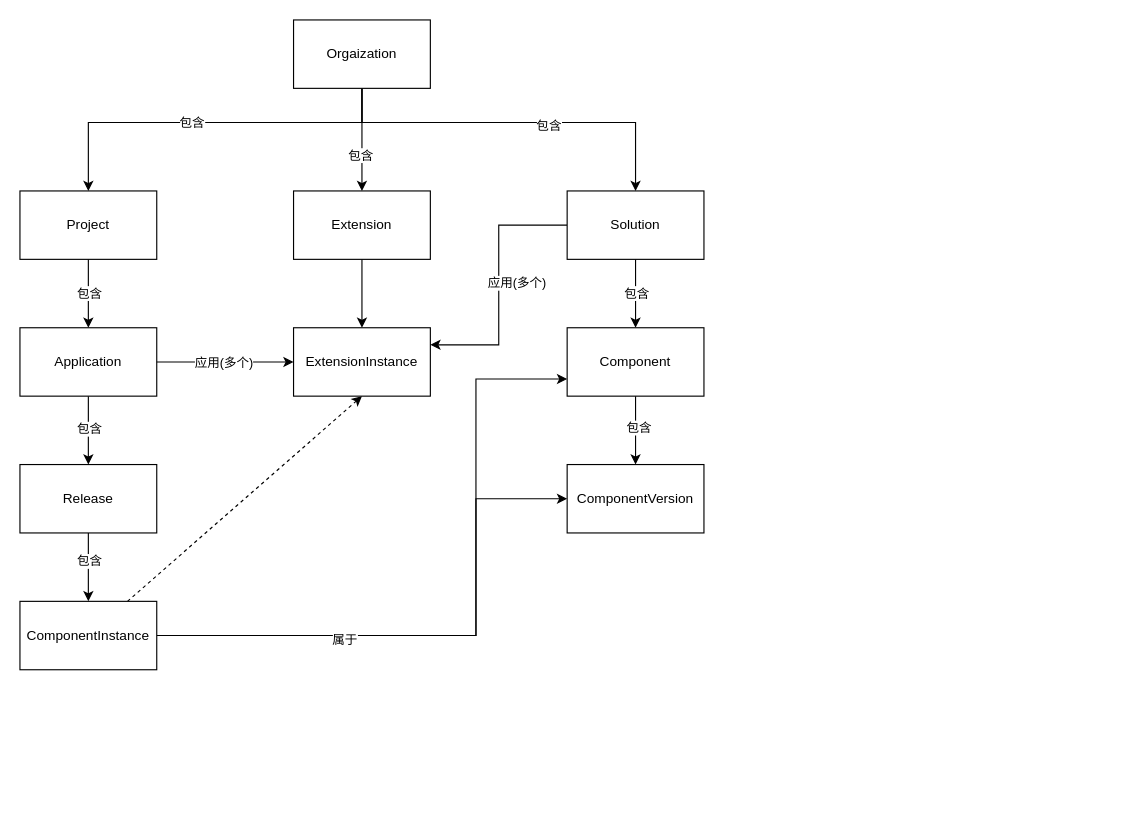
Above: doc/上层结构.dio in liutian/groot (draw.io), before the change. Source tidied: cells renumbered, new cells numbered last; positions are measured from the earlier drawing's top-left corner, leaving out a move shared by most shapes. Both pictures are drawn from the tidied source at 114%, with x=0, y=0 at pixel (19, 19).
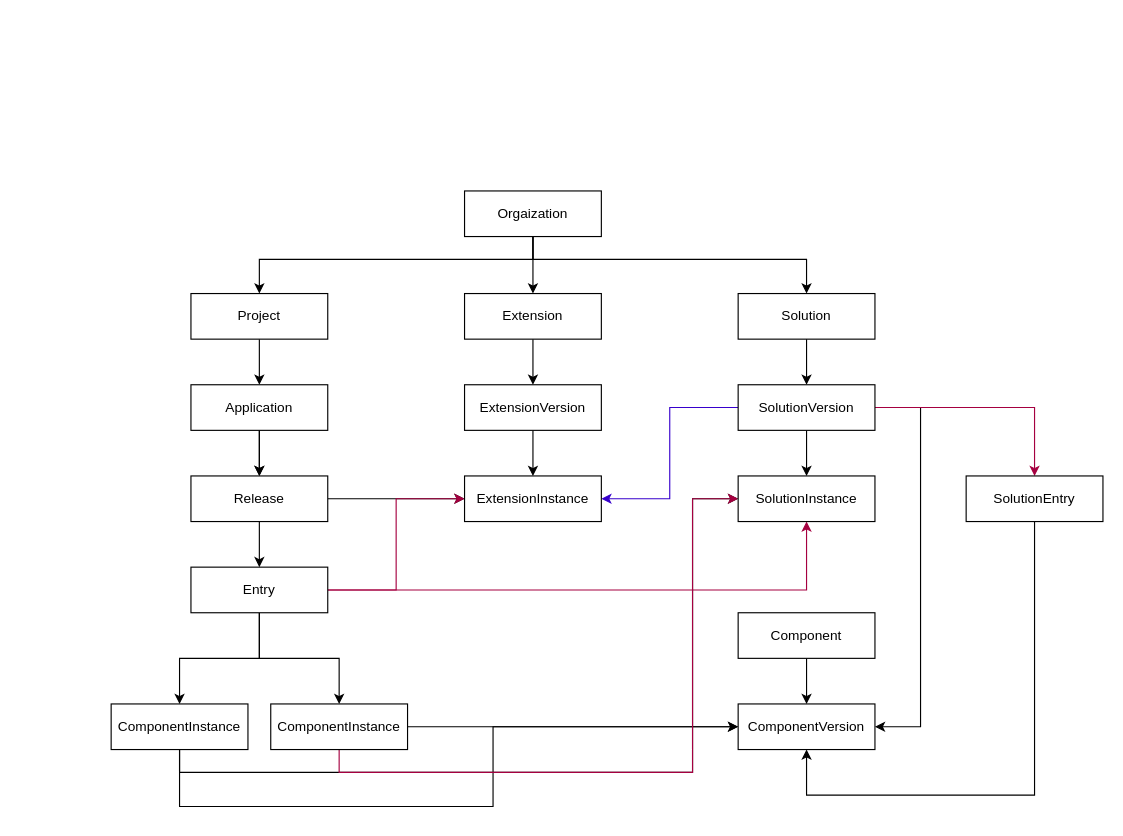
The same diagram, later.

The change refers to these unchanged cells:
```xml
<mxCell id="6" style="edgeStyle=elbowEdgeStyle;rounded=0;elbow=horizontal;html=1;entryX=0.5;entryY=0;entryDx=0;entryDy=0;" parent="1" edge="1" source="8" target="31">
  <mxGeometry relative="1" as="geometry" />
</mxCell>
<mxCell id="9" style="edgeStyle=elbowEdgeStyle;rounded=0;elbow=horizontal;html=1;entryX=0.5;entryY=0;entryDx=0;entryDy=0;" parent="1" edge="1" source="11" target="14">
  <mxGeometry relative="1" as="geometry" />
</mxCell>
<mxCell id="12" style="edgeStyle=elbowEdgeStyle;rounded=0;elbow=horizontal;html=1;entryX=0.5;entryY=0;entryDx=0;entryDy=0;" parent="1" edge="1" source="14" target="34">
  <mxGeometry relative="1" as="geometry" />
</mxCell>
<mxCell id="15" style="edgeStyle=elbowEdgeStyle;rounded=0;elbow=horizontal;html=1;" parent="1" edge="1" source="19" target="22">
  <mxGeometry relative="1" as="geometry" />
</mxCell>
<mxCell id="32" style="edgeStyle=none;html=1;entryX=0.5;entryY=0;entryDx=0;entryDy=0;" parent="1" edge="1" source="34" target="29">
  <mxGeometry relative="1" as="geometry" />
</mxCell>
```

Change to the diagram source:
```diff
@@
     <mxCell id="2" style="edgeStyle=elbowEdgeStyle;html=1;entryX=0.5;entryY=0;entryDx=0;entryDy=0;exitX=0.5;exitY=1;exitDx=0;exitDy=0;elbow=vertical;rounded=0;" parent="1" edge="1" source="8" target="19">
       <mxGeometry relative="1" as="geometry">
         <Array as="points">
-          <mxPoint x="330" y="90" />
-          <mxPoint x="350" y="90" />
+          <mxPoint x="570" y="210" />
+          <mxPoint x="500" y="160" />
         </Array>
       </mxGeometry>
     </mxCell>
-    <mxCell id="3" value="包含" style="edgeLabel;html=1;align=center;verticalAlign=middle;" parent="2" vertex="1">
-      <mxGeometry x="0.17" y="-2" relative="1" as="geometry" />
-    </mxCell>
     <mxCell id="4" style="edgeStyle=elbowEdgeStyle;rounded=0;html=1;elbow=vertical;exitX=0.5;exitY=1;exitDx=0;exitDy=0;" parent="1" edge="1" source="8" target="11">
       <mxGeometry relative="1" as="geometry">
         <Array as="points">
-          <mxPoint x="260" y="90" />
+          <mxPoint x="330" y="210" />
         </Array>
       </mxGeometry>
     </mxCell>
-    <mxCell id="5" value="包含" style="edgeLabel;html=1;align=center;verticalAlign=middle;" parent="4" vertex="1">
-      <mxGeometry x="0.09" y="-1" relative="1" as="geometry" />
-    </mxCell>
@@
-    <mxCell id="7" value="包含" style="edgeLabel;html=1;align=center;verticalAlign=middle;" parent="6" vertex="1">
-      <mxGeometry x="0.44" y="-2" relative="1" as="geometry">
-        <mxPoint y="-7" as="offset" />
-      </mxGeometry>
-    </mxCell>
     <mxCell id="8" value="Orgaization" style="whiteSpace=wrap;html=1;" parent="1" vertex="1">
-      <mxGeometry x="240" width="120" height="60" as="geometry" />
+      <mxGeometry x="390" y="150" width="120" height="40" as="geometry" />
     </mxCell>
@@
-    <mxCell id="10" value="包含" style="edgeLabel;html=1;align=center;verticalAlign=middle;" parent="9" vertex="1">
-      <mxGeometry x="-0.49" y="-1" relative="1" as="geometry">
-        <mxPoint x="1" y="14" as="offset" />
-      </mxGeometry>
-    </mxCell>
     <mxCell id="11" value="Project" style="whiteSpace=wrap;html=1;" parent="1" vertex="1">
-      <mxGeometry y="150" width="120" height="60" as="geometry" />
+      <mxGeometry x="150" y="240" width="120" height="40" as="geometry" />
     </mxCell>
@@
-    <mxCell id="13" value="包含" style="edgeLabel;html=1;align=center;verticalAlign=middle;" parent="12" vertex="1">
-      <mxGeometry x="-0.37" relative="1" as="geometry">
-        <mxPoint y="9" as="offset" />
-      </mxGeometry>
-    </mxCell>
+    <mxCell id="37" style="edgeStyle=none;rounded=0;html=1;" parent="1" edge="1" source="14" target="34">
+      <mxGeometry relative="1" as="geometry" />
+    </mxCell>
+    <mxCell id="38" style="edgeStyle=orthogonalEdgeStyle;rounded=0;html=1;entryX=0;entryY=0.5;entryDx=0;entryDy=0;exitX=1;exitY=0.5;exitDx=0;exitDy=0;" parent="1" edge="1" source="34" target="56">
+      <mxGeometry relative="1" as="geometry" />
+    </mxCell>
     <mxCell id="14" value="Application" style="whiteSpace=wrap;html=1;" parent="1" vertex="1">
-      <mxGeometry y="270" width="120" height="60" as="geometry" />
+      <mxGeometry x="150" y="320" width="120" height="40" as="geometry" />
     </mxCell>
@@
-    <mxCell id="16" value="包含" style="edgeLabel;html=1;align=center;verticalAlign=middle;" parent="15" vertex="1">
-      <mxGeometry x="-0.37" y="-1" relative="1" as="geometry">
-        <mxPoint x="1" y="10" as="offset" />
-      </mxGeometry>
-    </mxCell>
-    <mxCell id="17" style="edgeStyle=orthogonalEdgeStyle;rounded=0;elbow=vertical;html=1;entryX=1;entryY=0.25;entryDx=0;entryDy=0;" parent="1" edge="1" source="19" target="36">
-      <mxGeometry relative="1" as="geometry">
-        <Array as="points">
-          <mxPoint x="420" y="180" />
-          <mxPoint x="420" y="285" />
-        </Array>
-      </mxGeometry>
-    </mxCell>
-    <mxCell id="18" value="应用(多个)" style="edgeLabel;html=1;align=center;verticalAlign=middle;" parent="17" vertex="1">
-      <mxGeometry x="0.24" y="1" relative="1" as="geometry">
-        <mxPoint x="14" y="-30" as="offset" />
-      </mxGeometry>
-    </mxCell>
     <mxCell id="19" value="Solution" style="whiteSpace=wrap;html=1;" parent="1" vertex="1">
-      <mxGeometry x="480" y="150" width="120" height="60" as="geometry" />
+      <mxGeometry x="630" y="240" width="120" height="40" as="geometry" />
     </mxCell>
-    <mxCell id="20" style="edgeStyle=none;html=1;entryX=0.5;entryY=0;entryDx=0;entryDy=0;" parent="1" edge="1" source="22" target="35">
-      <mxGeometry relative="1" as="geometry" />
-    </mxCell>
-    <mxCell id="21" value="包含" style="edgeLabel;html=1;align=center;verticalAlign=middle;" parent="20" vertex="1">
-      <mxGeometry x="-0.1" y="2" relative="1" as="geometry" />
-    </mxCell>
+    <mxCell id="39" style="edgeStyle=none;html=1;entryX=0.5;entryY=0;entryDx=0;entryDy=0;" parent="1" edge="1" source="22" target="57">
+      <mxGeometry relative="1" as="geometry" />
+    </mxCell>
+    <mxCell id="40" style="edgeStyle=orthogonalEdgeStyle;rounded=0;html=1;entryX=1;entryY=0.5;entryDx=0;entryDy=0;fillColor=#6a00ff;strokeColor=#3700CC;" parent="1" edge="1" source="22" target="56">
+      <mxGeometry relative="1" as="geometry" />
+    </mxCell>
+    <mxCell id="41" style="edgeStyle=elbowEdgeStyle;rounded=0;html=1;entryX=1;entryY=0.5;entryDx=0;entryDy=0;" parent="1" edge="1" source="22" target="55">
+      <mxGeometry relative="1" as="geometry">
+        <Array as="points">
+          <mxPoint x="790" y="595" />
+        </Array>
+      </mxGeometry>
+    </mxCell>
+    <mxCell id="42" style="edgeStyle=orthogonalEdgeStyle;html=1;entryX=0.5;entryY=0;entryDx=0;entryDy=0;exitX=1;exitY=0.5;exitDx=0;exitDy=0;rounded=0;fillColor=#d80073;strokeColor=#A50040;" parent="1" edge="1" source="22" target="59">
+      <mxGeometry relative="1" as="geometry" />
+    </mxCell>
-    <mxCell id="22" value="Component" style="whiteSpace=wrap;html=1;" parent="1" vertex="1">
-      <mxGeometry x="480" y="270" width="120" height="60" as="geometry" />
+    <mxCell id="22" value="SolutionVersion" style="whiteSpace=wrap;html=1;" parent="1" vertex="1">
+      <mxGeometry x="630" y="320" width="120" height="40" as="geometry" />
     </mxCell>
-    <mxCell id="23" style="edgeStyle=elbowEdgeStyle;rounded=0;elbow=vertical;html=1;entryX=0;entryY=0.5;entryDx=0;entryDy=0;exitX=1;exitY=0.5;exitDx=0;exitDy=0;" parent="1" edge="1" source="14" target="36">
-      <mxGeometry relative="1" as="geometry">
-        <Array as="points">
-          <mxPoint x="200" y="300" />
-        </Array>
-      </mxGeometry>
-    </mxCell>
-    <mxCell id="24" value="应用(多个)" style="edgeLabel;html=1;align=center;verticalAlign=middle;" parent="23" vertex="1">
-      <mxGeometry x="-0.62" y="1" relative="1" as="geometry">
-        <mxPoint x="35" y="1" as="offset" />
-      </mxGeometry>
-    </mxCell>
-    <mxCell id="25" style="edgeStyle=orthogonalEdgeStyle;html=1;entryX=0;entryY=0.5;entryDx=0;entryDy=0;rounded=0;" parent="1" edge="1" source="29" target="35">
-      <mxGeometry relative="1" as="geometry">
-        <Array as="points">
-          <mxPoint x="400" y="540" />
-          <mxPoint x="400" y="420" />
-        </Array>
-      </mxGeometry>
-    </mxCell>
-    <mxCell id="26" style="edgeStyle=orthogonalEdgeStyle;rounded=0;html=1;entryX=0;entryY=0.75;entryDx=0;entryDy=0;" parent="1" edge="1" source="29" target="22">
-      <mxGeometry relative="1" as="geometry">
-        <Array as="points">
-          <mxPoint x="400" y="540" />
-          <mxPoint x="400" y="315" />
-        </Array>
-      </mxGeometry>
-    </mxCell>
-    <mxCell id="27" value="属于" style="edgeLabel;html=1;align=center;verticalAlign=middle;" parent="26" vertex="1">
-      <mxGeometry x="-0.44" y="-3" relative="1" as="geometry" />
-    </mxCell>
-    <mxCell id="28" style="edgeStyle=none;html=1;entryX=0.5;entryY=1;entryDx=0;entryDy=0;dashed=1;" parent="1" edge="1" source="29" target="36">
-      <mxGeometry relative="1" as="geometry" />
-    </mxCell>
+    <mxCell id="43" style="edgeStyle=elbowEdgeStyle;html=1;entryX=0.5;entryY=0;entryDx=0;entryDy=0;elbow=vertical;rounded=0;" parent="1" edge="1" source="29" target="51">
+      <mxGeometry relative="1" as="geometry" />
+    </mxCell>
+    <mxCell id="44" style="edgeStyle=elbowEdgeStyle;rounded=0;elbow=vertical;html=1;" parent="1" edge="1" source="29" target="54">
+      <mxGeometry relative="1" as="geometry" />
+    </mxCell>
+    <mxCell id="45" style="edgeStyle=orthogonalEdgeStyle;rounded=0;html=1;entryX=0;entryY=0.5;entryDx=0;entryDy=0;strokeColor=#A50040;fillColor=#d80073;" parent="1" edge="1" source="29" target="56">
+      <mxGeometry relative="1" as="geometry" />
+    </mxCell>
+    <mxCell id="46" style="edgeStyle=orthogonalEdgeStyle;rounded=0;html=1;entryX=0.5;entryY=1;entryDx=0;entryDy=0;fillColor=#d80073;strokeColor=#A50040;" parent="1" edge="1" source="29" target="57">
+      <mxGeometry relative="1" as="geometry" />
+    </mxCell>
-    <mxCell id="29" value="ComponentInstance" style="whiteSpace=wrap;html=1;" parent="1" vertex="1">
-      <mxGeometry y="510" width="120" height="60" as="geometry" />
+    <mxCell id="29" value="Entry" style="whiteSpace=wrap;html=1;" parent="1" vertex="1">
+      <mxGeometry x="150" y="480" width="120" height="40" as="geometry" />
     </mxCell>
-    <mxCell id="30" style="edgeStyle=none;html=1;" parent="1" edge="1" source="31" target="36">
+    <mxCell id="30" style="edgeStyle=none;html=1;entryX=0.5;entryY=0;entryDx=0;entryDy=0;" parent="1" edge="1" source="31" target="36">
       <mxGeometry relative="1" as="geometry" />
     </mxCell>
     <mxCell id="31" value="Extension" style="whiteSpace=wrap;html=1;" parent="1" vertex="1">
-      <mxGeometry x="240" y="150" width="120" height="60" as="geometry" />
+      <mxGeometry x="390" y="240" width="120" height="40" as="geometry" />
     </mxCell>
@@
-    <mxCell id="33" value="包含" style="edgeLabel;html=1;align=center;verticalAlign=middle;" parent="32" vertex="1">
-      <mxGeometry x="-0.19" relative="1" as="geometry" />
-    </mxCell>
     <mxCell id="34" value="Release" style="whiteSpace=wrap;html=1;" parent="1" vertex="1">
-      <mxGeometry y="390" width="120" height="60" as="geometry" />
+      <mxGeometry x="150" y="400" width="120" height="40" as="geometry" />
     </mxCell>
+    <mxCell id="47" style="edgeStyle=elbowEdgeStyle;rounded=0;elbow=vertical;html=1;entryX=0.5;entryY=0;entryDx=0;entryDy=0;" parent="1" edge="1" source="35" target="55">
+      <mxGeometry relative="1" as="geometry" />
+    </mxCell>
-    <mxCell id="35" value="ComponentVersion" style="whiteSpace=wrap;html=1;" parent="1" vertex="1">
-      <mxGeometry x="480" y="390" width="120" height="60" as="geometry" />
+    <mxCell id="35" value="Component" style="whiteSpace=wrap;html=1;" parent="1" vertex="1">
+      <mxGeometry x="630" y="520" width="120" height="40" as="geometry" />
     </mxCell>
+    <mxCell id="48" style="edgeStyle=none;html=1;entryX=0.5;entryY=0;entryDx=0;entryDy=0;" parent="1" edge="1" source="36" target="56">
+      <mxGeometry relative="1" as="geometry" />
+    </mxCell>
-    <mxCell id="36" value="ExtensionInstance" style="whiteSpace=wrap;html=1;" parent="1" vertex="1">
-      <mxGeometry x="240" y="270" width="120" height="60" as="geometry" />
+    <mxCell id="36" value="ExtensionVersion" style="whiteSpace=wrap;html=1;" parent="1" vertex="1">
+      <mxGeometry x="390" y="320" width="120" height="40" as="geometry" />
     </mxCell>
+    <mxCell id="49" style="edgeStyle=orthogonalEdgeStyle;rounded=0;html=1;exitX=0.5;exitY=1;exitDx=0;exitDy=0;elbow=vertical;entryX=0;entryY=0.5;entryDx=0;entryDy=0;" parent="1" edge="1" source="51" target="55">
+      <mxGeometry relative="1" as="geometry">
+        <Array as="points">
+          <mxPoint x="140" y="690" />
+          <mxPoint x="415" y="690" />
+          <mxPoint x="415" y="620" />
+        </Array>
+      </mxGeometry>
+    </mxCell>
+    <mxCell id="50" style="edgeStyle=orthogonalEdgeStyle;rounded=0;html=1;entryX=0;entryY=0.5;entryDx=0;entryDy=0;exitX=0.5;exitY=1;exitDx=0;exitDy=0;" parent="1" edge="1" source="51" target="57">
+      <mxGeometry relative="1" as="geometry">
+        <Array as="points">
+          <mxPoint x="140" y="660" />
+          <mxPoint x="590" y="660" />
+          <mxPoint x="590" y="420" />
+        </Array>
+      </mxGeometry>
+    </mxCell>
+    <mxCell id="51" value="ComponentInstance" style="whiteSpace=wrap;html=1;" parent="1" vertex="1">
+      <mxGeometry x="80" y="600" width="120" height="40" as="geometry" />
+    </mxCell>
+    <mxCell id="52" style="edgeStyle=elbowEdgeStyle;rounded=0;html=1;entryX=0;entryY=0.5;entryDx=0;entryDy=0;" parent="1" edge="1" source="54" target="55">
+      <mxGeometry relative="1" as="geometry" />
+    </mxCell>
+    <mxCell id="53" style="edgeStyle=orthogonalEdgeStyle;rounded=0;html=1;entryX=0;entryY=0.5;entryDx=0;entryDy=0;exitX=0.5;exitY=1;exitDx=0;exitDy=0;fillColor=#d80073;strokeColor=#A50040;" parent="1" edge="1" source="54" target="57">
+      <mxGeometry relative="1" as="geometry">
+        <Array as="points">
+          <mxPoint x="280" y="660" />
+          <mxPoint x="590" y="660" />
+          <mxPoint x="590" y="420" />
+        </Array>
+      </mxGeometry>
+    </mxCell>
+    <mxCell id="54" value="ComponentInstance" style="whiteSpace=wrap;html=1;" parent="1" vertex="1">
+      <mxGeometry x="220" y="600" width="120" height="40" as="geometry" />
+    </mxCell>
+    <mxCell id="55" value="ComponentVersion" style="whiteSpace=wrap;html=1;" parent="1" vertex="1">
+      <mxGeometry x="630" y="600" width="120" height="40" as="geometry" />
+    </mxCell>
+    <mxCell id="56" value="ExtensionInstance" style="whiteSpace=wrap;html=1;" parent="1" vertex="1">
+      <mxGeometry x="390" y="400" width="120" height="40" as="geometry" />
+    </mxCell>
+    <mxCell id="57" value="SolutionInstance" style="whiteSpace=wrap;html=1;" parent="1" vertex="1">
+      <mxGeometry x="630" y="400" width="120" height="40" as="geometry" />
+    </mxCell>
+    <mxCell id="58" style="edgeStyle=orthogonalEdgeStyle;rounded=0;html=1;entryX=0.5;entryY=1;entryDx=0;entryDy=0;exitX=0.5;exitY=1;exitDx=0;exitDy=0;" parent="1" edge="1" source="59" target="55">
+      <mxGeometry relative="1" as="geometry">
+        <Array as="points">
+          <mxPoint x="890" y="680" />
+          <mxPoint x="690" y="680" />
+        </Array>
+      </mxGeometry>
+    </mxCell>
+    <mxCell id="59" value="SolutionEntry" style="whiteSpace=wrap;html=1;" parent="1" vertex="1">
+      <mxGeometry x="830" y="400" width="120" height="40" as="geometry" />
+    </mxCell>
```
